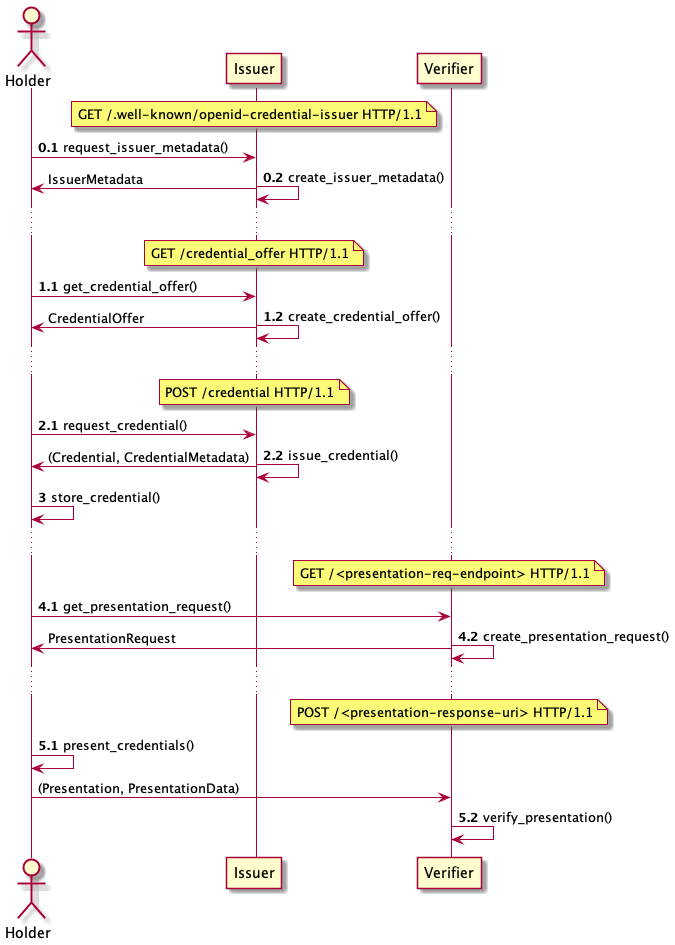
The PlantUML diagram docs/facade-oid4vc.png in equs-ai/equs-credentials-sdk, before a commit. Source of this version:
```plantuml
@startuml
!pragma teoz true

autonumber

actor Holder as H
participant Issuer as I
participant Verifier as V

autonumber 0.1
note over I: GET /.well-known/openid-credential-issuer HTTP/1.1
H -> I: request_issuer_metadata()
I -> I: create_issuer_metadata()
autonumber stop
& I -> H: IssuerMetadata

...

autonumber 1.1
note over I: GET /credential_offer HTTP/1.1
H -> I: get_credential_offer()
I -> I: create_credential_offer()
autonumber stop
& I -> H: CredentialOffer

...

autonumber 2.1
note over I: POST /credential HTTP/1.1
H -> I: request_credential()
I -> I: issue_credential()
autonumber stop
& I -> H: (Credential, CredentialMetadata)

autonumber 3
H -> H: store_credential()

...

autonumber 4.1
note over V: GET /<presentation-req-endpoint> HTTP/1.1
H -> V: get_presentation_request()
V -> V: create_presentation_request()
autonumber stop
& V -> H: PresentationRequest

...

autonumber 5.1
note over V: POST /<presentation-response-uri> HTTP/1.1
H -> H: present_credentials()
autonumber stop
H -> V: (Presentation, PresentationData)
autonumber 5.2
V -> V: verify_presentation()


@enduml
```
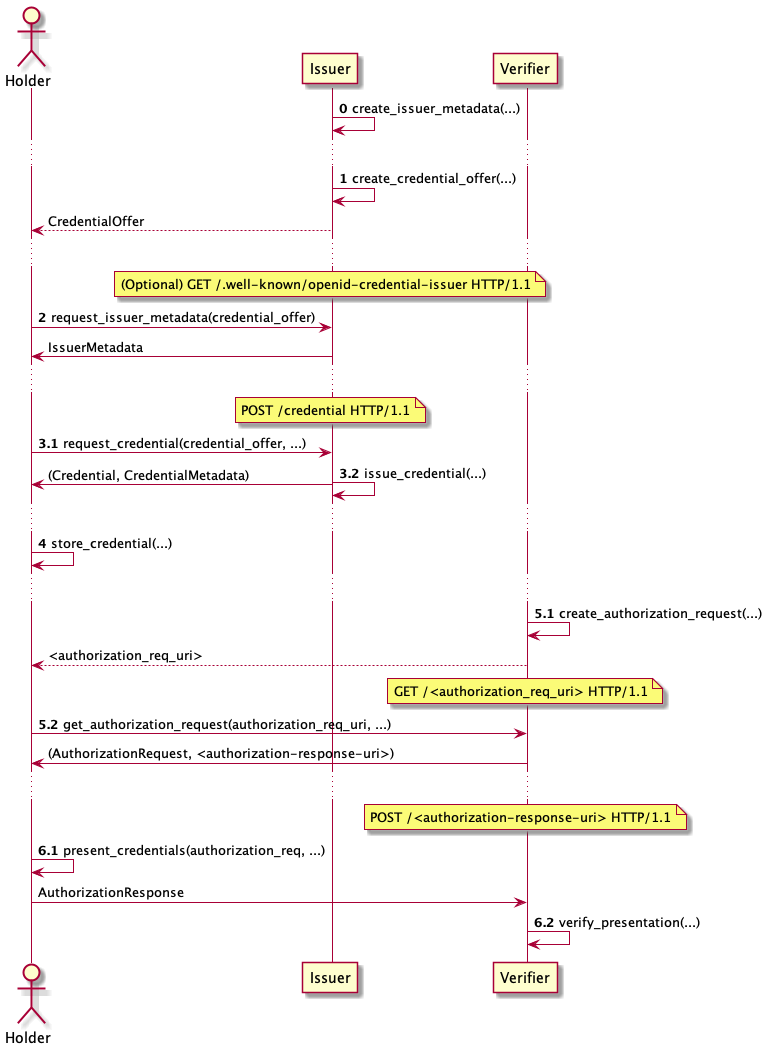
After the commit.

Commit message:
ASDK-4: updated Facade API calls and sequence diagrams

Change to the diagram source:
```diff
@@ -7,52 +7,59 @@
 participant Issuer as I
 participant Verifier as V
 
-autonumber 0.1
-note over I: GET /.well-known/openid-credential-issuer HTTP/1.1
-H -> I: request_issuer_metadata()
-I -> I: create_issuer_metadata()
-autonumber stop
-& I -> H: IssuerMetadata
+autonumber 0
+I -> I: create_issuer_metadata(...)
 
 ...
 
-autonumber 1.1
-note over I: GET /credential_offer HTTP/1.1
-H -> I: get_credential_offer()
-I -> I: create_credential_offer()
+autonumber 1
+I -> I: create_credential_offer(...)
 autonumber stop
-& I -> H: CredentialOffer
+I --> H: CredentialOffer
 
 ...
 
-autonumber 2.1
+autonumber 2
+note over I: (Optional) GET /.well-known/openid-credential-issuer HTTP/1.1
+H -> I: request_issuer_metadata(credential_offer)
+autonumber stop
+I -> H: IssuerMetadata
+
+...
+
+autonumber 3.1
 note over I: POST /credential HTTP/1.1
-H -> I: request_credential()
-I -> I: issue_credential()
+H -> I: request_credential(credential_offer, ...)
+I -> I: issue_credential(...)
 autonumber stop
 & I -> H: (Credential, CredentialMetadata)
 
-autonumber 3
-H -> H: store_credential()
-
 ...
 
-autonumber 4.1
-note over V: GET /<presentation-req-endpoint> HTTP/1.1
-H -> V: get_presentation_request()
-V -> V: create_presentation_request()
-autonumber stop
-& V -> H: PresentationRequest
+autonumber 4
+H -> H: store_credential(...)
 
 ...
 
 autonumber 5.1
-note over V: POST /<presentation-response-uri> HTTP/1.1
-H -> H: present_credentials()
+V -> V: create_authorization_request(...)
 autonumber stop
-H -> V: (Presentation, PresentationData)
+V --> H: <authorization_req_uri>
+note over V: GET /<authorization_req_uri> HTTP/1.1
 autonumber 5.2
-V -> V: verify_presentation()
+H -> V: get_authorization_request(authorization_req_uri, ...)
+autonumber stop
+V -> H: (AuthorizationRequest, <authorization-response-uri>)
+
+...
+
+autonumber 6.1
+note over V: POST /<authorization-response-uri> HTTP/1.1
+H -> H: present_credentials(authorization_req, ...)
+autonumber stop
+H -> V: AuthorizationResponse
+autonumber 6.2
+V -> V: verify_presentation(...)
 
 
 @enduml
```
